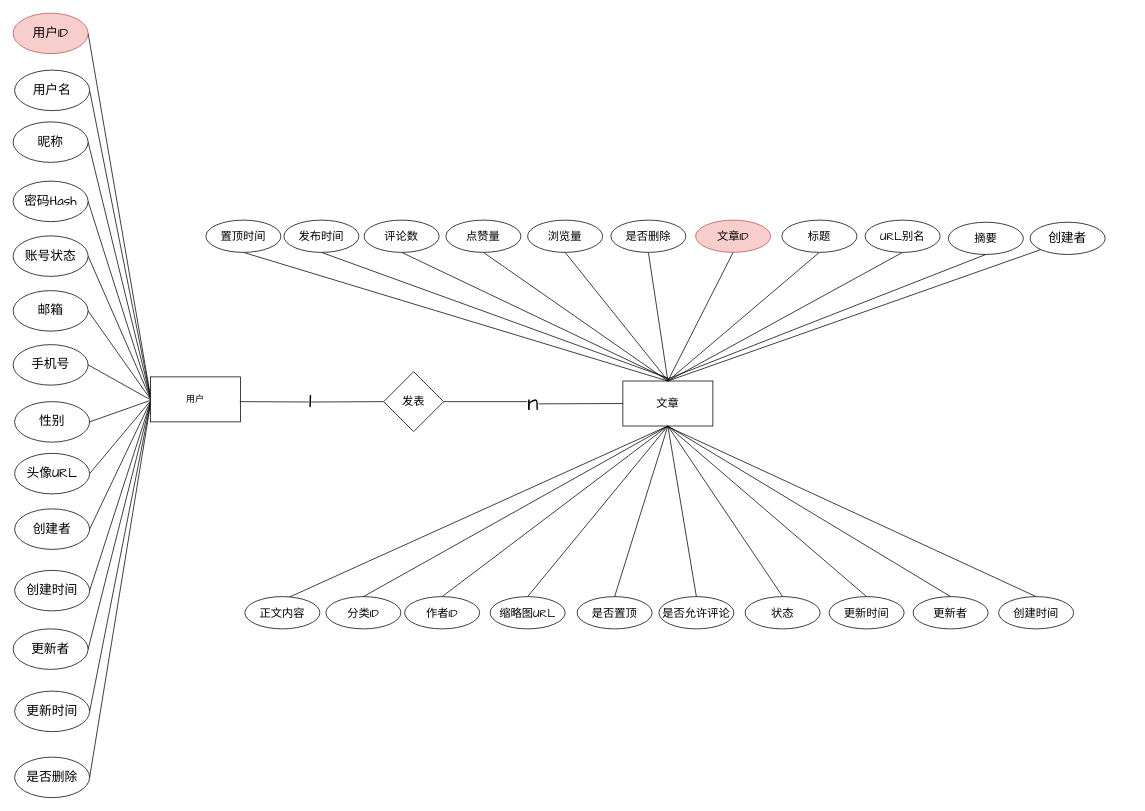
zhangbird050801/bird-blog keeps this draw.io diagram as graph/文章核心模块.drawio. Above is the earlier version. Source tidied: cells renumbered, new cells numbered last; positions are measured from the earlier drawing's top-left corner, leaving out a move shared by most shapes. Both pictures are drawn from the tidied source at 75%, with x=0, y=0 at pixel (13, 13).
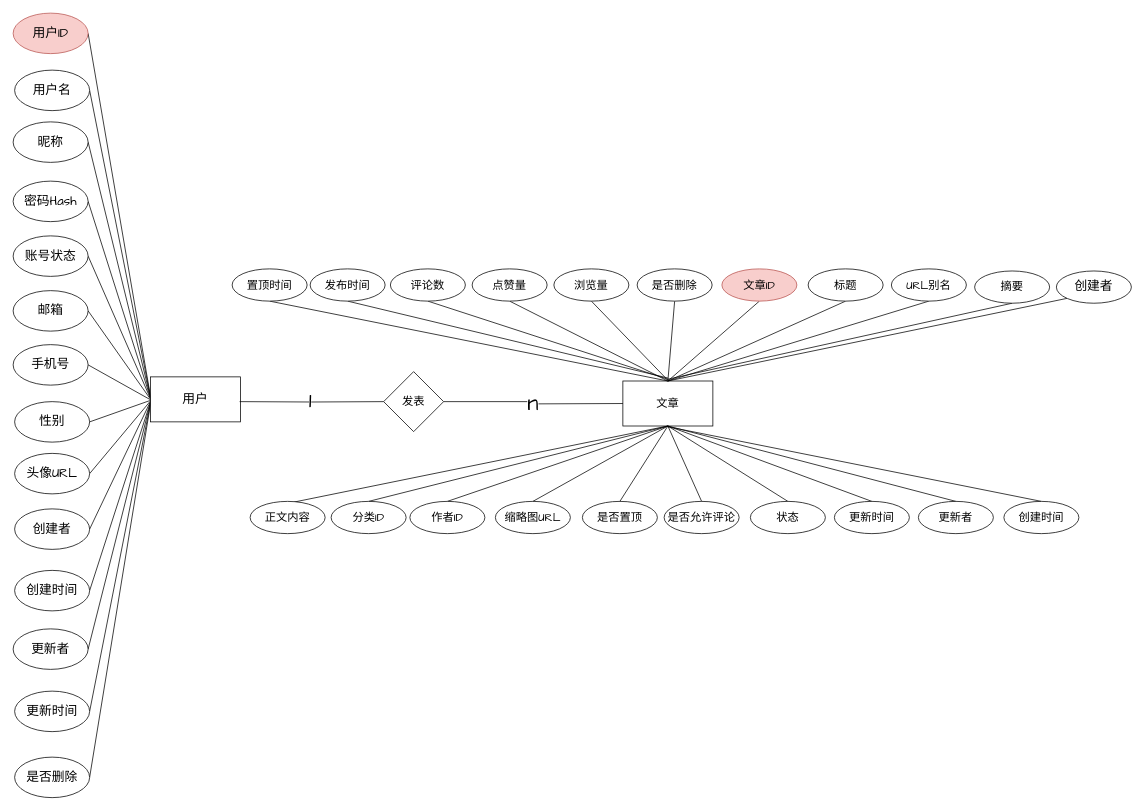
Above is the later version.

Commit message:
更新文章核心模块.drawio

Diff of the diagram source:
```diff
@@
-    <mxCell id="29" value="用户" style="rounded=0;whiteSpace=wrap;html=1;" parent="1" vertex="1">
+    <mxCell id="29" value="用户" style="rounded=0;whiteSpace=wrap;html=1;fontSize=17;fontFamily=Comic Sans MS;" parent="1" vertex="1">
       <mxGeometry x="183" y="485" width="120" height="60" as="geometry" />
     </mxCell>
@@
     <mxCell id="38" value="文章ID" style="whiteSpace=wrap;html=1;shape=ellipse;perimeter=ellipsePerimeter;fontSize=15;fontFamily=Comic Sans MS;fillColor=#f8cecc;strokeColor=#b85450;" parent="1" vertex="1">
-      <mxGeometry x="910" y="276" width="100" height="43" as="geometry" />
+      <mxGeometry x="945" y="341" width="100" height="43" as="geometry" />
     </mxCell>
@@
     <mxCell id="40" value="URL别名" style="whiteSpace=wrap;html=1;shape=ellipse;perimeter=ellipsePerimeter;fontSize=15;fontFamily=Comic Sans MS;" parent="1" vertex="1">
-      <mxGeometry x="1136" y="276" width="100" height="43" as="geometry" />
+      <mxGeometry x="1171" y="341" width="100" height="43" as="geometry" />
     </mxCell>
@@
     <mxCell id="42" value="分类ID" style="whiteSpace=wrap;html=1;rounded=0;shape=ellipse;perimeter=ellipsePerimeter;fontSize=15;fontFamily=Comic Sans MS;" parent="1" vertex="1">
-      <mxGeometry x="417" y="778" width="100" height="43" as="geometry" />
+      <mxGeometry x="424" y="651" width="100" height="43" as="geometry" />
     </mxCell>
@@
     <mxCell id="44" value="摘要" style="whiteSpace=wrap;html=1;rounded=0;shape=ellipse;perimeter=ellipsePerimeter;fontSize=15;fontFamily=Comic Sans MS;" parent="1" vertex="1">
-      <mxGeometry x="1247" y="278.8" width="100" height="43" as="geometry" />
+      <mxGeometry x="1282" y="343.8" width="100" height="43" as="geometry" />
     </mxCell>
@@
     <mxCell id="46" value="创建时间" style="whiteSpace=wrap;html=1;shape=ellipse;perimeter=ellipsePerimeter;fontSize=15;fontFamily=Comic Sans MS;" parent="1" vertex="1">
-      <mxGeometry x="1314" y="778" width="100" height="43" as="geometry" />
+      <mxGeometry x="1321" y="651" width="100" height="43" as="geometry" />
     </mxCell>
@@
     <mxCell id="48" value="更新时间" style="whiteSpace=wrap;html=1;shape=ellipse;perimeter=ellipsePerimeter;fontSize=15;fontFamily=Comic Sans MS;" parent="1" vertex="1">
-      <mxGeometry x="1088" y="778" width="100" height="43" as="geometry" />
+      <mxGeometry x="1095" y="651" width="100" height="43" as="geometry" />
     </mxCell>
@@
     <mxCell id="50" value="更新者" style="whiteSpace=wrap;html=1;shape=ellipse;perimeter=ellipsePerimeter;fontSize=15;fontFamily=Comic Sans MS;" parent="1" vertex="1">
-      <mxGeometry x="1200" y="778" width="100" height="43" as="geometry" />
+      <mxGeometry x="1207" y="651" width="100" height="43" as="geometry" />
     </mxCell>
@@
     <mxCell id="52" value="正文内容" style="whiteSpace=wrap;html=1;shape=ellipse;perimeter=ellipsePerimeter;fontSize=15;fontFamily=Comic Sans MS;" parent="1" vertex="1">
-      <mxGeometry x="309" y="778" width="100" height="43" as="geometry" />
+      <mxGeometry x="316" y="651" width="100" height="43" as="geometry" />
     </mxCell>
@@
     <mxCell id="54" value="标题" style="whiteSpace=wrap;html=1;rounded=0;strokeColor=default;align=center;verticalAlign=middle;fontFamily=Comic Sans MS;fontSize=15;fontColor=default;fillColor=default;shape=ellipse;perimeter=ellipsePerimeter;" parent="1" vertex="1">
-      <mxGeometry x="1025" y="276" width="100" height="43" as="geometry" />
+      <mxGeometry x="1060" y="341" width="100" height="43" as="geometry" />
     </mxCell>
@@
     <mxCell id="56" value="是否删除" style="whiteSpace=wrap;html=1;shape=ellipse;perimeter=ellipsePerimeter;fontSize=15;fontFamily=Comic Sans MS;" parent="1" vertex="1">
-      <mxGeometry x="797" y="276" width="100" height="43" as="geometry" />
+      <mxGeometry x="832" y="341" width="100" height="43" as="geometry" />
     </mxCell>
     <mxCell id="57" value="是否置顶" style="whiteSpace=wrap;html=1;shape=ellipse;perimeter=ellipsePerimeter;fontSize=15;fontFamily=Comic Sans MS;" parent="1" vertex="1">
-      <mxGeometry x="752" y="778" width="100" height="43" as="geometry" />
+      <mxGeometry x="759" y="651" width="100" height="43" as="geometry" />
     </mxCell>
@@
     <mxCell id="59" value="缩略图URL" style="whiteSpace=wrap;html=1;shape=ellipse;perimeter=ellipsePerimeter;fontSize=15;fontFamily=Comic Sans MS;" parent="1" vertex="1">
-      <mxGeometry x="636" y="778" width="100" height="43" as="geometry" />
+      <mxGeometry x="643" y="651" width="100" height="43" as="geometry" />
     </mxCell>
@@
     <mxCell id="61" value="状态" style="whiteSpace=wrap;html=1;rounded=0;shape=ellipse;perimeter=ellipsePerimeter;fontSize=15;fontFamily=Comic Sans MS;" parent="1" vertex="1">
-      <mxGeometry x="976" y="778" width="100" height="43" as="geometry" />
+      <mxGeometry x="983" y="651" width="100" height="43" as="geometry" />
     </mxCell>
@@
     <mxCell id="63" value="是否允许评论" style="whiteSpace=wrap;html=1;shape=ellipse;perimeter=ellipsePerimeter;fontSize=15;fontFamily=Comic Sans MS;" parent="1" vertex="1">
-      <mxGeometry x="861" y="778" width="100" height="43" as="geometry" />
+      <mxGeometry x="868" y="651" width="100" height="43" as="geometry" />
     </mxCell>
@@
     <mxCell id="65" value="置顶时间" style="whiteSpace=wrap;html=1;shape=ellipse;perimeter=ellipsePerimeter;fontSize=15;fontFamily=Comic Sans MS;" parent="1" vertex="1">
-      <mxGeometry x="257" y="276" width="100" height="43" as="geometry" />
+      <mxGeometry x="292" y="341" width="100" height="43" as="geometry" />
     </mxCell>
@@
     <mxCell id="67" value="浏览量" style="whiteSpace=wrap;html=1;shape=ellipse;perimeter=ellipsePerimeter;fontSize=15;fontFamily=Comic Sans MS;" parent="1" vertex="1">
-      <mxGeometry x="686" y="276" width="100" height="43" as="geometry" />
+      <mxGeometry x="721" y="341" width="100" height="43" as="geometry" />
     </mxCell>
@@
     <mxCell id="70" value="评论数" style="whiteSpace=wrap;html=1;rounded=0;shape=ellipse;perimeter=ellipsePerimeter;fontSize=15;fontFamily=Comic Sans MS;" parent="1" vertex="1">
-      <mxGeometry x="468" y="276" width="100" height="43" as="geometry" />
+      <mxGeometry x="503" y="341" width="100" height="43" as="geometry" />
     </mxCell>
@@
     <mxCell id="72" value="点赞量" style="whiteSpace=wrap;html=1;shape=ellipse;perimeter=ellipsePerimeter;fontSize=15;fontFamily=Comic Sans MS;" parent="1" vertex="1">
-      <mxGeometry x="577" y="276" width="100" height="43" as="geometry" />
+      <mxGeometry x="612" y="341" width="100" height="43" as="geometry" />
     </mxCell>
     <mxCell id="73" value="发布时间" style="whiteSpace=wrap;html=1;shape=ellipse;perimeter=ellipsePerimeter;fontSize=15;fontFamily=Comic Sans MS;" parent="1" vertex="1">
-      <mxGeometry x="361" y="276" width="100" height="43" as="geometry" />
+      <mxGeometry x="396" y="341" width="100" height="43" as="geometry" />
     </mxCell>
     <mxCell id="74" value="作者ID" style="whiteSpace=wrap;html=1;shape=ellipse;perimeter=ellipsePerimeter;fontSize=15;fontFamily=Comic Sans MS;" parent="1" vertex="1">
-      <mxGeometry x="522" y="778" width="100" height="43" as="geometry" />
+      <mxGeometry x="529" y="651" width="100" height="43" as="geometry" />
     </mxCell>
@@
     <mxCell id="78" value="创建者" style="ellipse;whiteSpace=wrap;html=1;fontSize=17;fontFamily=Comic Sans MS;" parent="1" vertex="1">
-      <mxGeometry x="1356" y="278.8" width="100" height="43" as="geometry" />
+      <mxGeometry x="1391" y="343.8" width="100" height="43" as="geometry" />
     </mxCell>
```
